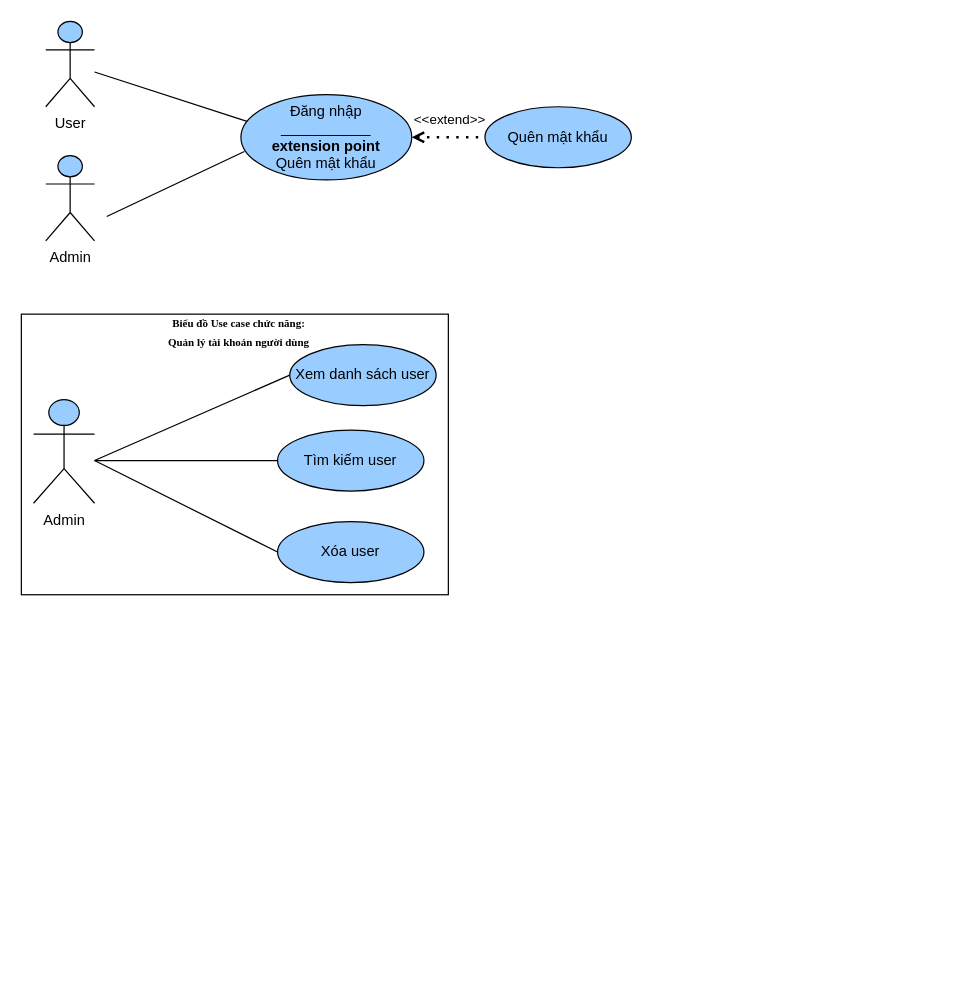
The draw.io diagram page "use case đăng ký" (10 of 34) of Biểu đồ không có tiêu đề.drawio in anhduy7723/api_auth, before the edit. Source tidied: cells renumbered, new cells numbered last; positions are measured from the earlier drawing's top-left corner, leaving out a move shared by most shapes. Both pictures are drawn from the tidied source at 122%, with x=0, y=0 at pixel (21, 21).
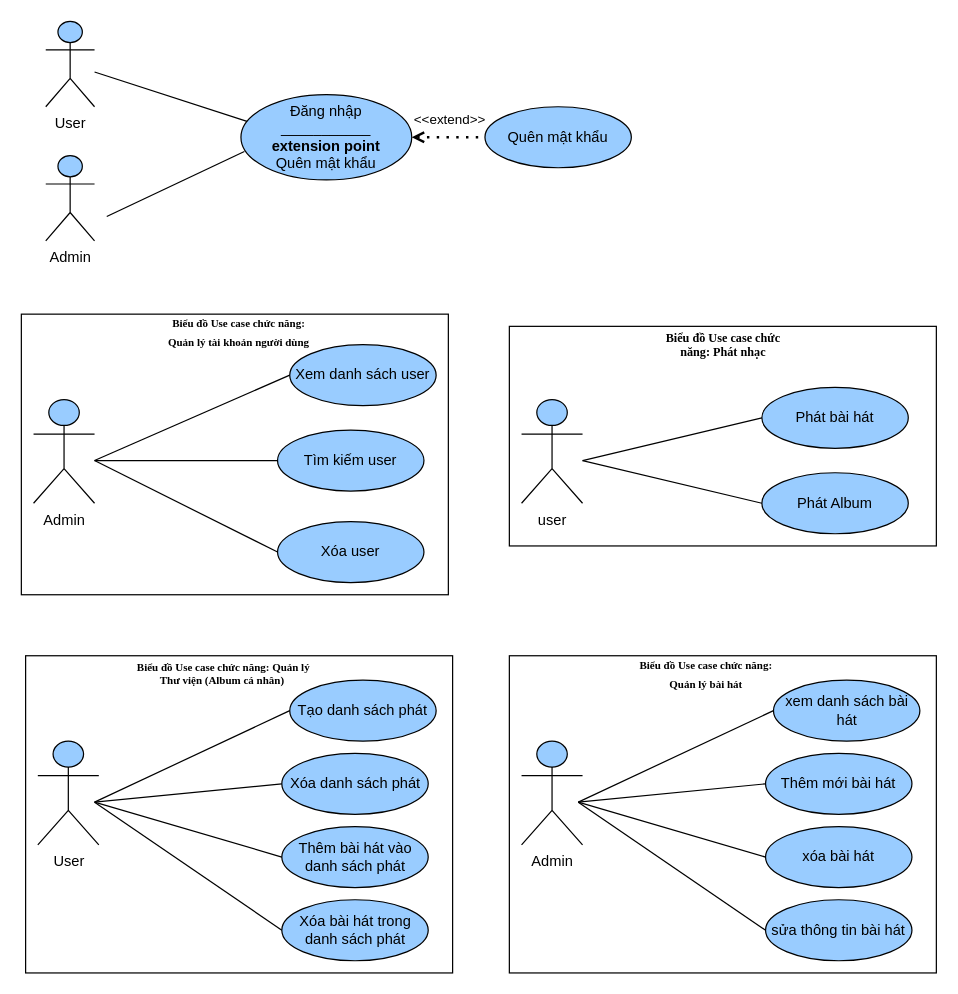
The same diagram, later.

Commit message:
Cập nhật Biểu đồ không có tiêu đề.drawio

The edit, as a diff of the source:
```diff
@@
+    <mxCell id="19" style="whiteSpace=wrap;html=1;" parent="1" vertex="1">
+      <mxGeometry x="400" y="250" width="350" height="180" as="geometry" />
+    </mxCell>
+    <mxCell id="20" value="user" style="shape=umlActor;verticalLabelPosition=bottom;verticalAlign=top;html=1;fillColor=#99CCFF;" parent="1" vertex="1">
+      <mxGeometry x="410" y="310" width="50" height="85" as="geometry" />
+    </mxCell>
+    <mxCell id="21" value="Phát bài hát" style="ellipse;whiteSpace=wrap;html=1;fillColor=#99CCFF;" parent="1" vertex="1">
+      <mxGeometry x="607" y="300" width="120" height="50" as="geometry" />
+    </mxCell>
+    <mxCell id="22" value="Phát Album" style="ellipse;whiteSpace=wrap;html=1;fillColor=#99CCFF;" parent="1" vertex="1">
+      <mxGeometry x="607" y="370" width="120" height="50" as="geometry" />
+    </mxCell>
+    <mxCell id="23" style="edgeStyle=none;rounded=0;jettySize=auto;html=1;entryX=0;entryY=0.5;entryDx=0;entryDy=0;endArrow=none;endFill=0;" parent="1" edge="1" target="21">
+      <mxGeometry relative="1" as="geometry">
+        <mxPoint x="460" y="360" as="sourcePoint" />
+      </mxGeometry>
+    </mxCell>
+    <mxCell id="24" style="edgeStyle=none;rounded=0;jettySize=auto;html=1;entryX=0;entryY=0.5;entryDx=0;entryDy=0;endArrow=none;endFill=0;" parent="1" edge="1" target="22">
+      <mxGeometry relative="1" as="geometry">
+        <mxPoint x="460" y="360" as="sourcePoint" />
+      </mxGeometry>
+    </mxCell>
+    <mxCell id="25" value="&lt;p style=&quot;line-height: 100%; font-size: 10px;&quot;&gt;&lt;b&gt;&lt;span style=&quot;line-height: 120%; font-family: &amp;quot;Times New Roman&amp;quot;, serif;&quot; lang=&quot;EN-US&quot;&gt;&lt;font style=&quot;font-size: 10px;&quot;&gt;Biểu đồ Use case chức năng:&amp;nbsp;&lt;/font&gt;&lt;/span&gt;&lt;span style=&quot;background-color: initial; line-height: 120%; font-family: &amp;quot;Times New Roman&amp;quot;, serif;&quot; lang=&quot;EN-US&quot;&gt;Phát&lt;/span&gt;&lt;span style=&quot;background-color: initial; line-height: 120%; font-family: &amp;quot;Times New Roman&amp;quot;, serif;&quot;&gt; nhạc&lt;/span&gt;&lt;/b&gt;&lt;/p&gt;" style="text;html=1;align=center;verticalAlign=middle;whiteSpace=wrap;rounded=0;" parent="1" vertex="1">
+      <mxGeometry x="513.5" y="250" width="123" height="30" as="geometry" />
+    </mxCell>
+    <mxCell id="26" style="whiteSpace=wrap;html=1;" parent="1" vertex="1">
+      <mxGeometry x="3.5" y="520" width="350" height="260" as="geometry" />
+    </mxCell>
+    <mxCell id="27" value="User" style="shape=umlActor;verticalLabelPosition=bottom;verticalAlign=top;html=1;fillColor=#99CCFF;" parent="1" vertex="1">
+      <mxGeometry x="13.5" y="590" width="50" height="85" as="geometry" />
+    </mxCell>
+    <mxCell id="28" value="Tạo danh sách phát" style="ellipse;whiteSpace=wrap;html=1;fillColor=#99CCFF;" parent="1" vertex="1">
+      <mxGeometry x="220" y="540" width="120" height="50" as="geometry" />
+    </mxCell>
+    <mxCell id="29" value="Xóa danh sách phát" style="ellipse;whiteSpace=wrap;html=1;fillColor=#99CCFF;" parent="1" vertex="1">
+      <mxGeometry x="213.5" y="600" width="120" height="50" as="geometry" />
+    </mxCell>
+    <mxCell id="30" value="Thêm bài hát vào danh sách phát" style="ellipse;whiteSpace=wrap;html=1;fillColor=#99CCFF;" parent="1" vertex="1">
+      <mxGeometry x="213.5" y="660" width="120" height="50" as="geometry" />
+    </mxCell>
+    <mxCell id="31" style="edgeStyle=none;rounded=0;jettySize=auto;html=1;entryX=0;entryY=0.5;entryDx=0;entryDy=0;endArrow=none;endFill=0;" parent="1" edge="1" target="28">
+      <mxGeometry relative="1" as="geometry">
+        <mxPoint x="60" y="640" as="sourcePoint" />
+      </mxGeometry>
+    </mxCell>
+    <mxCell id="32" style="edgeStyle=none;rounded=0;jettySize=auto;html=1;entryX=0;entryY=0.5;entryDx=0;entryDy=0;endArrow=none;endFill=0;" parent="1" edge="1" target="29">
+      <mxGeometry relative="1" as="geometry">
+        <mxPoint x="60" y="640" as="sourcePoint" />
+      </mxGeometry>
+    </mxCell>
+    <mxCell id="33" style="edgeStyle=none;rounded=0;jettySize=auto;html=1;entryX=0;entryY=0.5;entryDx=0;entryDy=0;endArrow=none;endFill=0;" parent="1" edge="1" target="30">
+      <mxGeometry relative="1" as="geometry">
+        <mxPoint x="60" y="640" as="sourcePoint" />
+      </mxGeometry>
+    </mxCell>
+    <mxCell id="34" value="&lt;p style=&quot;line-height: 100%; font-size: 9px;&quot;&gt;&lt;b&gt;&lt;span style=&quot;line-height: 120%; font-family: &amp;quot;Times New Roman&amp;quot;, serif;&quot; lang=&quot;EN-US&quot;&gt;Biểu đồ Use case chức năng: Quản lý &lt;/span&gt;&lt;span style=&quot;line-height: 120%; font-family: &amp;quot;Times New Roman&amp;quot;, serif;&quot;&gt;Thư viện (Album cá nhân)&amp;nbsp;&lt;/span&gt;&lt;/b&gt;&lt;br&gt;&lt;/p&gt;" style="text;html=1;align=center;verticalAlign=middle;whiteSpace=wrap;rounded=0;" parent="1" vertex="1">
+      <mxGeometry x="90.5" y="520" width="149.5" height="30" as="geometry" />
+    </mxCell>
+    <mxCell id="35" value="Xóa bài hát trong danh sách phát" style="ellipse;whiteSpace=wrap;html=1;fillColor=#99CCFF;" parent="1" vertex="1">
+      <mxGeometry x="213.5" y="720" width="120" height="50" as="geometry" />
+    </mxCell>
+    <mxCell id="36" style="edgeStyle=none;rounded=0;jettySize=auto;html=1;entryX=0;entryY=0.5;entryDx=0;entryDy=0;endArrow=none;endFill=0;" parent="1" edge="1" target="35">
+      <mxGeometry relative="1" as="geometry">
+        <mxPoint x="60" y="640" as="sourcePoint" />
+      </mxGeometry>
+    </mxCell>
+    <mxCell id="37" style="whiteSpace=wrap;html=1;" parent="1" vertex="1">
+      <mxGeometry x="400" y="520" width="350" height="260" as="geometry" />
+    </mxCell>
+    <mxCell id="38" value="Admin" style="shape=umlActor;verticalLabelPosition=bottom;verticalAlign=top;html=1;fillColor=#99CCFF;" parent="1" vertex="1">
+      <mxGeometry x="410" y="590" width="50" height="85" as="geometry" />
+    </mxCell>
+    <mxCell id="39" value="xem danh sách bài hát" style="ellipse;whiteSpace=wrap;html=1;fillColor=#99CCFF;" parent="1" vertex="1">
+      <mxGeometry x="616.5" y="540" width="120" height="50" as="geometry" />
+    </mxCell>
+    <mxCell id="40" value="Thêm mới bài hát" style="ellipse;whiteSpace=wrap;html=1;fillColor=#99CCFF;" parent="1" vertex="1">
+      <mxGeometry x="610" y="600" width="120" height="50" as="geometry" />
+    </mxCell>
+    <mxCell id="41" value="xóa bài hát" style="ellipse;whiteSpace=wrap;html=1;fillColor=#99CCFF;" parent="1" vertex="1">
+      <mxGeometry x="610" y="660" width="120" height="50" as="geometry" />
+    </mxCell>
+    <mxCell id="42" style="edgeStyle=none;rounded=0;jettySize=auto;html=1;entryX=0;entryY=0.5;entryDx=0;entryDy=0;endArrow=none;endFill=0;" parent="1" edge="1" target="39">
+      <mxGeometry relative="1" as="geometry">
+        <mxPoint x="456.5" y="640" as="sourcePoint" />
+      </mxGeometry>
+    </mxCell>
+    <mxCell id="43" style="edgeStyle=none;rounded=0;jettySize=auto;html=1;entryX=0;entryY=0.5;entryDx=0;entryDy=0;endArrow=none;endFill=0;" parent="1" edge="1" target="40">
+      <mxGeometry relative="1" as="geometry">
+        <mxPoint x="456.5" y="640" as="sourcePoint" />
+      </mxGeometry>
+    </mxCell>
+    <mxCell id="44" style="edgeStyle=none;rounded=0;jettySize=auto;html=1;entryX=0;entryY=0.5;entryDx=0;entryDy=0;endArrow=none;endFill=0;" parent="1" edge="1" target="41">
+      <mxGeometry relative="1" as="geometry">
+        <mxPoint x="456.5" y="640" as="sourcePoint" />
+      </mxGeometry>
+    </mxCell>
+    <mxCell id="45" value="&lt;p style=&quot;line-height: 100%;&quot;&gt;&lt;span style=&quot;line-height: 120%; font-family: &amp;quot;Times New Roman&amp;quot;, serif;&quot; lang=&quot;EN-US&quot;&gt;&lt;b style=&quot;font-size: 9px;&quot;&gt;&lt;font style=&quot;font-size: 9px;&quot;&gt;Biểu đồ Use case chức năng: Quản lý bài hát&lt;/font&gt;&lt;/b&gt;&lt;/span&gt;&lt;br&gt;&lt;/p&gt;" style="text;html=1;align=center;verticalAlign=middle;whiteSpace=wrap;rounded=0;" parent="1" vertex="1">
+      <mxGeometry x="500" y="520" width="123" height="30" as="geometry" />
+    </mxCell>
+    <mxCell id="46" value="sửa thông tin bài hát" style="ellipse;whiteSpace=wrap;html=1;fillColor=#99CCFF;" parent="1" vertex="1">
+      <mxGeometry x="610" y="720" width="120" height="50" as="geometry" />
+    </mxCell>
+    <mxCell id="47" style="edgeStyle=none;rounded=0;jettySize=auto;html=1;entryX=0;entryY=0.5;entryDx=0;entryDy=0;endArrow=none;endFill=0;" parent="1" edge="1" target="46">
+      <mxGeometry relative="1" as="geometry">
+        <mxPoint x="456.5" y="640" as="sourcePoint" />
+      </mxGeometry>
+    </mxCell>
```
